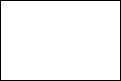
dxos/gravity keeps this draw.io diagram as docs/content/diagrams/discussion1.png. Above is the earlier version. Source tidied: cells renumbered, new cells last; positions are measured from the earlier drawing's top-left corner, leaving out a move shared by most shapes. Its diagram source:
```xml
<mxGraphModel>
  <root>
    <mxCell id="0" />
    <mxCell id="1" parent="0" />
    <mxCell id="2" style="rounded=0;whiteSpace=wrap;html=1;" parent="1" vertex="1">
      <mxGeometry width="120" height="80" as="geometry" />
    </mxCell>
  </root>
</mxGraphModel>
```
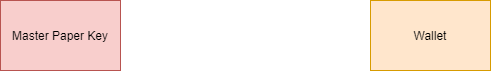
The same file after the commit.

Diff of the diagram source:
```diff
@@ -2,8 +2,11 @@
   <root>
     <mxCell id="0" />
     <mxCell id="1" parent="0" />
-    <mxCell id="2" style="rounded=0;whiteSpace=wrap;html=1;" parent="1" vertex="1">
-      <mxGeometry width="120" height="80" as="geometry" />
+    <mxCell id="2" value="Wallet" style="rounded=0;whiteSpace=wrap;html=1;fillColor=#ffe6cc;strokeColor=#d79b00;" parent="1" vertex="1">
+      <mxGeometry width="120" height="70" as="geometry" />
     </mxCell>
+    <mxCell id="3" value="Master Paper Key" style="rounded=0;whiteSpace=wrap;html=1;fillColor=#f8cecc;strokeColor=#b85450;" parent="1" vertex="1">
+      <mxGeometry x="-370" width="120" height="70" as="geometry" />
+    </mxCell>
   </root>
 </mxGraphModel>
```
